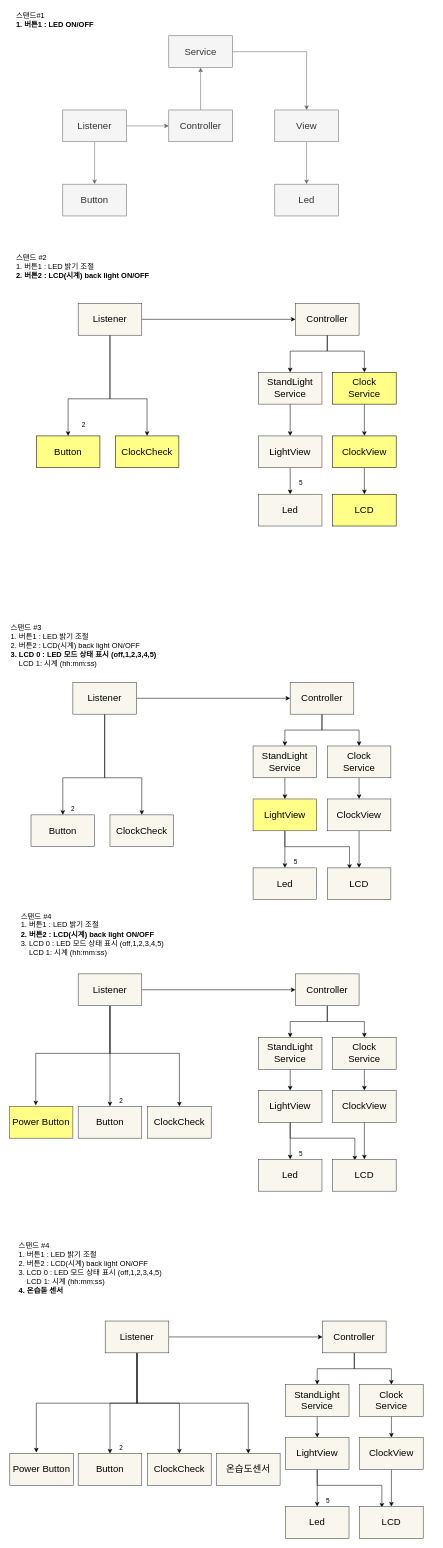
Above: page "페이지-1" (1 of 2) of sw_design/architecture.drawio in ena-log/StandLight_Clock_Temperature (draw.io), before the change. Source tidied: cells renumbered, new cells numbered last; positions are measured from the earlier drawing's top-left corner, leaving out a move shared by most shapes. Both pictures are drawn from the tidied source at 53%, with x=0, y=0 at pixel (9, 9).
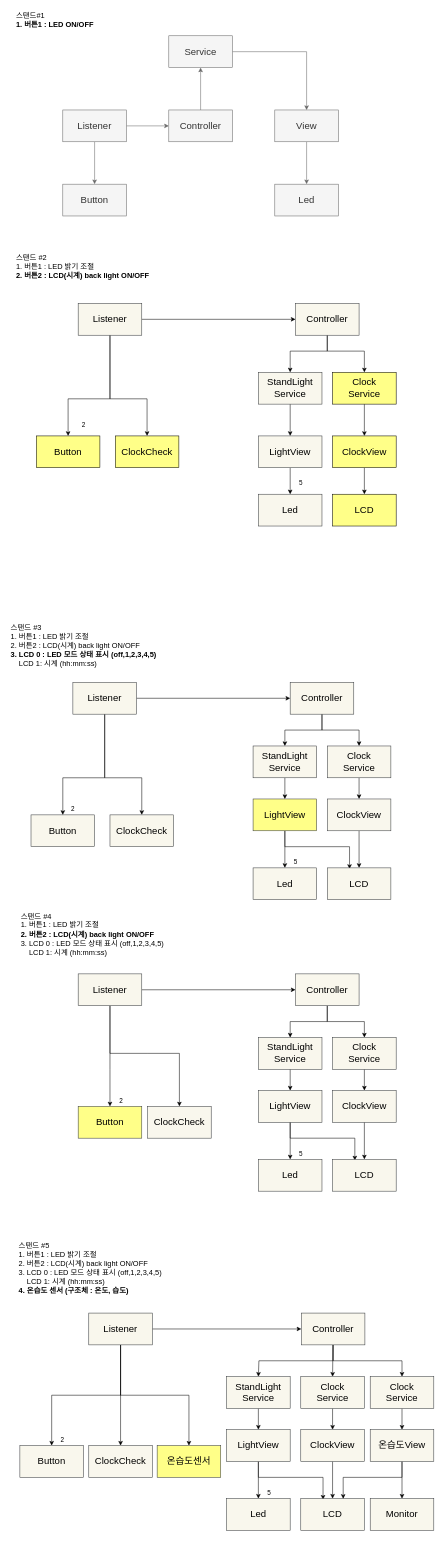
After the change.

The change refers to these unchanged cells:
```xml
<mxCell id="64" value="Listener" style="whiteSpace=wrap;html=1;fontSize=18;strokeColor=#36393d;fillColor=#f9f7ed;fontColor=#000000;" parent="1" vertex="1">
  <mxGeometry x="130" y="1820" width="120" height="60" as="geometry" />
</mxCell>
```

The edit, as a diff of the source:
```diff
@@
-    <mxCell id="59" value="Button" style="whiteSpace=wrap;html=1;fontSize=18;fillColor=#f9f7ed;strokeColor=#36393d;fontColor=#000000;" parent="1" vertex="1">
+    <mxCell id="59" value="Button" style="whiteSpace=wrap;html=1;fontSize=18;fillColor=#ffff88;strokeColor=#36393d;fontColor=#000000;" parent="1" vertex="1">
       <mxGeometry x="130" y="2070" width="120" height="60" as="geometry" />
     </mxCell>
@@
-    <mxCell id="63" style="edgeStyle=orthogonalEdgeStyle;rounded=0;html=1;exitX=0.5;exitY=1;exitDx=0;exitDy=0;entryX=0.417;entryY=-0.033;entryDx=0;entryDy=0;entryPerimeter=0;fontSize=14;fontColor=#000000;strokeColor=#000000;" parent="1" edge="1" source="64" target="83">
-      <mxGeometry relative="1" as="geometry">
-        <Array as="points">
-          <mxPoint x="190" y="1970" />
-          <mxPoint x="50" y="1970" />
-        </Array>
-      </mxGeometry>
-    </mxCell>
@@
-    <mxCell id="83" value="Power Button" style="whiteSpace=wrap;html=1;fontSize=18;fillColor=#ffff88;strokeColor=#36393d;fontColor=#000000;" parent="1" vertex="1">
-      <mxGeometry y="2070" width="120" height="60" as="geometry" />
-    </mxCell>
     <mxCell id="84" value="Button" style="whiteSpace=wrap;html=1;fontSize=18;fillColor=#f9f7ed;strokeColor=#36393d;fontColor=#000000;" parent="1" vertex="1">
-      <mxGeometry x="130" y="2725" width="120" height="60" as="geometry" />
+      <mxGeometry x="20" y="2710" width="120" height="60" as="geometry" />
     </mxCell>
     <mxCell id="85" style="edgeStyle=none;html=1;fontSize=18;entryX=0.5;entryY=0;entryDx=0;entryDy=0;rounded=0;fontColor=#000000;strokeColor=#000000;" parent="1" edge="1" source="90" target="84">
       <mxGeometry relative="1" as="geometry">
         <Array as="points">
-          <mxPoint x="241" y="2630" />
-          <mxPoint x="190" y="2630" />
+          <mxPoint x="210" y="2615" />
+          <mxPoint x="80" y="2615" />
         </Array>
       </mxGeometry>
     </mxCell>
@@
     <mxCell id="87" style="edgeStyle=none;rounded=0;html=1;entryX=0.5;entryY=0;entryDx=0;entryDy=0;exitX=0.5;exitY=1;exitDx=0;exitDy=0;fontColor=#000000;strokeColor=#000000;" parent="1" edge="1" source="90" target="107">
-      <mxGeometry relative="1" as="geometry">
-        <Array as="points">
-          <mxPoint x="241" y="2630" />
-          <mxPoint x="321" y="2630" />
-        </Array>
-      </mxGeometry>
+      <mxGeometry relative="1" as="geometry" />
     </mxCell>
-    <mxCell id="88" style="edgeStyle=orthogonalEdgeStyle;rounded=0;html=1;exitX=0.5;exitY=1;exitDx=0;exitDy=0;entryX=0.417;entryY=-0.033;entryDx=0;entryDy=0;entryPerimeter=0;fontSize=14;fontColor=#000000;strokeColor=#000000;" parent="1" edge="1" source="90" target="109">
-      <mxGeometry relative="1" as="geometry">
-        <Array as="points">
-          <mxPoint x="241" y="2630" />
-          <mxPoint x="51" y="2630" />
-        </Array>
-      </mxGeometry>
-    </mxCell>
@@
     <mxCell id="90" value="Listener" style="whiteSpace=wrap;html=1;fontSize=18;strokeColor=#36393d;fillColor=#f9f7ed;fontColor=#000000;" parent="1" vertex="1">
-      <mxGeometry x="181" y="2475" width="120" height="60" as="geometry" />
+      <mxGeometry x="150" y="2460" width="120" height="60" as="geometry" />
     </mxCell>
     <mxCell id="91" style="edgeStyle=none;html=1;entryX=0.5;entryY=0;entryDx=0;entryDy=0;rounded=0;strokeColor=#000000;" parent="1" edge="1" source="93" target="99">
       <mxGeometry relative="1" as="geometry">
         <Array as="points">
-          <mxPoint x="651" y="2565" />
-          <mxPoint x="581" y="2565" />
+          <mxPoint x="611" y="2550" />
+          <mxPoint x="471" y="2550" />
         </Array>
       </mxGeometry>
     </mxCell>
     <mxCell id="92" style="edgeStyle=none;rounded=0;html=1;entryX=0.5;entryY=0;entryDx=0;entryDy=0;strokeColor=#000000;" parent="1" edge="1" source="93" target="101">
-      <mxGeometry relative="1" as="geometry">
-        <Array as="points">
-          <mxPoint x="651" y="2565" />
-          <mxPoint x="721" y="2565" />
-        </Array>
-      </mxGeometry>
+      <mxGeometry relative="1" as="geometry" />
     </mxCell>
+    <mxCell id="111" style="edgeStyle=orthogonalEdgeStyle;html=1;exitX=0.5;exitY=1;exitDx=0;exitDy=0;entryX=0.5;entryY=0;entryDx=0;entryDy=0;fontColor=#000000;rounded=0;strokeColor=#000000;" parent="1" edge="1" source="93" target="63">
+      <mxGeometry relative="1" as="geometry" />
+    </mxCell>
     <mxCell id="93" value="Controller" style="whiteSpace=wrap;html=1;fontSize=18;strokeColor=#36393d;fillColor=#f9f7ed;fontColor=#000000;" parent="1" vertex="1">
-      <mxGeometry x="591" y="2475" width="120" height="60" as="geometry" />
+      <mxGeometry x="551" y="2460" width="120" height="60" as="geometry" />
     </mxCell>
@@
     <mxCell id="95" style="edgeStyle=none;html=1;exitX=0.5;exitY=1;exitDx=0;exitDy=0;strokeColor=#000000;entryX=0.35;entryY=0.033;entryDx=0;entryDy=0;entryPerimeter=0;rounded=0;" parent="1" edge="1" source="96" target="104">
       <mxGeometry relative="1" as="geometry">
         <Array as="points">
-          <mxPoint x="581" y="2785" />
-          <mxPoint x="703" y="2785" />
+          <mxPoint x="470" y="2770" />
+          <mxPoint x="592" y="2770" />
         </Array>
       </mxGeometry>
     </mxCell>
     <mxCell id="96" value="LightView" style="whiteSpace=wrap;html=1;fontSize=18;strokeColor=#36393d;fillColor=#f9f7ed;fontColor=#000000;" parent="1" vertex="1">
-      <mxGeometry x="521" y="2695" width="120" height="60" as="geometry" />
+      <mxGeometry x="410" y="2680" width="120" height="60" as="geometry" />
     </mxCell>
     <mxCell id="97" value="Led" style="whiteSpace=wrap;html=1;fontSize=18;strokeColor=#36393d;fillColor=#f9f7ed;fontColor=#000000;" parent="1" vertex="1">
-      <mxGeometry x="521" y="2825" width="120" height="60" as="geometry" />
+      <mxGeometry x="410" y="2810" width="120" height="60" as="geometry" />
     </mxCell>
@@
     <mxCell id="99" value="StandLight&lt;br&gt;Service" style="whiteSpace=wrap;html=1;fontSize=18;strokeColor=#36393d;fillColor=#f9f7ed;fontColor=#000000;" parent="1" vertex="1">
-      <mxGeometry x="521" y="2595" width="120" height="60" as="geometry" />
+      <mxGeometry x="410" y="2580" width="120" height="60" as="geometry" />
     </mxCell>
@@
     <mxCell id="101" value="Clock&lt;br&gt;Service" style="whiteSpace=wrap;html=1;fontSize=18;fillColor=#f9f7ed;strokeColor=#36393d;fontColor=#000000;" parent="1" vertex="1">
-      <mxGeometry x="661" y="2595" width="120" height="60" as="geometry" />
+      <mxGeometry x="550" y="2580" width="120" height="60" as="geometry" />
     </mxCell>
@@
     <mxCell id="103" value="ClockView" style="whiteSpace=wrap;html=1;fontSize=18;fillColor=#f9f7ed;strokeColor=#36393d;fontColor=#000000;" parent="1" vertex="1">
-      <mxGeometry x="661" y="2695" width="120" height="60" as="geometry" />
+      <mxGeometry x="550" y="2680" width="120" height="60" as="geometry" />
     </mxCell>
     <mxCell id="104" value="LCD" style="whiteSpace=wrap;html=1;fontSize=18;fillColor=#f9f7ed;strokeColor=#36393d;fontColor=#000000;" parent="1" vertex="1">
-      <mxGeometry x="661" y="2825" width="120" height="60" as="geometry" />
+      <mxGeometry x="550" y="2810" width="120" height="60" as="geometry" />
     </mxCell>
     <mxCell id="105" value="5" style="text;html=1;align=center;verticalAlign=middle;fillColor=none;rounded=0;fontColor=#000000;" parent="1" vertex="1">
-      <mxGeometry x="591" y="2805" width="20" height="20" as="geometry" />
+      <mxGeometry x="480" y="2790" width="20" height="20" as="geometry" />
     </mxCell>
     <mxCell id="106" value="2" style="text;html=1;align=center;verticalAlign=middle;fillColor=none;rounded=0;fontColor=#000000;" parent="1" vertex="1">
-      <mxGeometry x="201" y="2705" width="20" height="20" as="geometry" />
+      <mxGeometry x="90" y="2690" width="20" height="20" as="geometry" />
     </mxCell>
     <mxCell id="107" value="ClockCheck" style="whiteSpace=wrap;html=1;fontSize=18;fillColor=#f9f7ed;strokeColor=#36393d;fontColor=#000000;" parent="1" vertex="1">
-      <mxGeometry x="261" y="2725" width="120" height="60" as="geometry" />
+      <mxGeometry x="150" y="2710" width="120" height="60" as="geometry" />
     </mxCell>
-    <mxCell id="108" value="&lt;font&gt;&lt;font style=&quot;font-size: 14px&quot;&gt;&lt;font&gt;스탠드 #4&lt;br&gt;1. 버튼1 : LED 밝기 조절&lt;br&gt;2. 버튼2 : LCD(시계) back light ON/OFF&lt;br&gt;3. LCD 0 : LED 모드 상태 표시 (off,1,2,3,4,5)&lt;br&gt;&amp;nbsp; &amp;nbsp; LCD 1: 시계 (hh:mm:ss)&lt;br&gt;&lt;/font&gt;&lt;b&gt;4. 온습돋 센서&lt;/b&gt;&lt;/font&gt;&lt;br&gt;&lt;/font&gt;" style="text;html=1;align=left;verticalAlign=middle;fillColor=none;strokeColor=none;rounded=0;fontColor=#000000;" parent="1" vertex="1">
+    <mxCell id="108" value="&lt;font&gt;&lt;font style=&quot;font-size: 14px&quot;&gt;&lt;font&gt;스탠드 #5&lt;br&gt;1. 버튼1 : LED 밝기 조절&lt;br&gt;2. 버튼2 : LCD(시계) back light ON/OFF&lt;br&gt;3. LCD 0 : LED 모드 상태 표시 (off,1,2,3,4,5)&lt;br&gt;&amp;nbsp; &amp;nbsp; LCD 1: 시계 (hh:mm:ss)&lt;br&gt;&lt;/font&gt;&lt;b&gt;4. 온습도 센서 (구조체 : 온도, 습도)&lt;/b&gt;&lt;/font&gt;&lt;br&gt;&lt;/font&gt;" style="text;html=1;align=left;verticalAlign=middle;fillColor=none;strokeColor=none;rounded=0;fontColor=#000000;" parent="1" vertex="1">
       <mxGeometry x="16" y="2330" width="290" height="90" as="geometry" />
     </mxCell>
-    <mxCell id="109" value="Power Button" style="whiteSpace=wrap;html=1;fontSize=18;fillColor=#f9f7ed;strokeColor=#36393d;fontColor=#000000;" parent="1" vertex="1">
-      <mxGeometry x="1" y="2725" width="120" height="60" as="geometry" />
-    </mxCell>
-    <mxCell id="110" value="온습도센서" style="whiteSpace=wrap;html=1;fontSize=18;fillColor=#f9f7ed;strokeColor=#36393d;fontColor=#000000;" parent="1" vertex="1">
-      <mxGeometry x="391" y="2725" width="120" height="60" as="geometry" />
+    <mxCell id="110" value="온습도센서" style="whiteSpace=wrap;html=1;fontSize=18;fillColor=#ffff88;strokeColor=#36393d;fontColor=#000000;" parent="1" vertex="1">
+      <mxGeometry x="279" y="2710" width="120" height="60" as="geometry" />
     </mxCell>
+    <mxCell id="112" style="edgeStyle=orthogonalEdgeStyle;rounded=0;html=1;fontColor=#000000;strokeColor=#000000;" parent="1" edge="1" source="63" target="115">
+      <mxGeometry relative="1" as="geometry" />
+    </mxCell>
+    <mxCell id="63" value="Clock&lt;br&gt;Service" style="whiteSpace=wrap;html=1;fontSize=18;fillColor=#f9f7ed;strokeColor=#36393d;fontColor=#000000;" parent="1" vertex="1">
+      <mxGeometry x="681" y="2580" width="120" height="60" as="geometry" />
+    </mxCell>
+    <mxCell id="113" style="edgeStyle=orthogonalEdgeStyle;rounded=0;html=1;fontColor=#000000;strokeColor=#000000;" parent="1" edge="1" source="115" target="116">
+      <mxGeometry relative="1" as="geometry" />
+    </mxCell>
+    <mxCell id="114" style="edgeStyle=orthogonalEdgeStyle;rounded=0;html=1;entryX=0.667;entryY=0.006;entryDx=0;entryDy=0;entryPerimeter=0;fontColor=#000000;strokeColor=#000000;" parent="1" edge="1" source="115" target="104">
+      <mxGeometry relative="1" as="geometry">
+        <Array as="points">
+          <mxPoint x="741" y="2770" />
+          <mxPoint x="630" y="2770" />
+        </Array>
+      </mxGeometry>
+    </mxCell>
+    <mxCell id="115" value="온습도View" style="whiteSpace=wrap;html=1;fontSize=18;fillColor=#f9f7ed;strokeColor=#36393d;fontColor=#000000;" parent="1" vertex="1">
+      <mxGeometry x="681" y="2680" width="120" height="60" as="geometry" />
+    </mxCell>
+    <mxCell id="116" value="Monitor" style="whiteSpace=wrap;html=1;fontSize=18;fillColor=#f9f7ed;strokeColor=#36393d;fontColor=#000000;" parent="1" vertex="1">
+      <mxGeometry x="681" y="2810" width="120" height="60" as="geometry" />
+    </mxCell>
```
